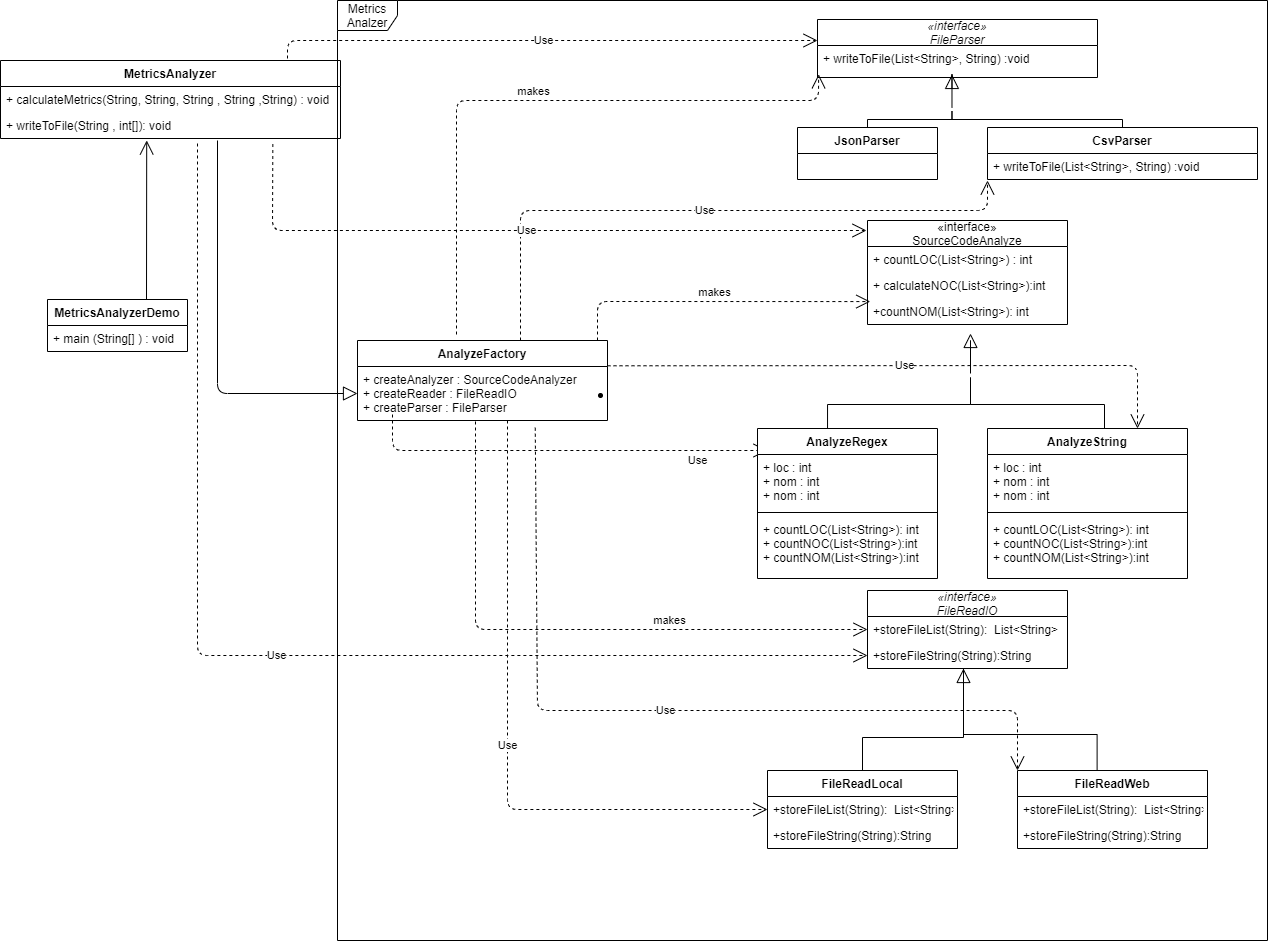
Before: analyzermetrics/classdiagram.png, a diagram exported from draw.io (iasonasma/seipassignment). Source tidied: cells renumbered, new cells last; positions are measured from the earlier drawing's top-left corner, leaving out a move shared by most shapes.
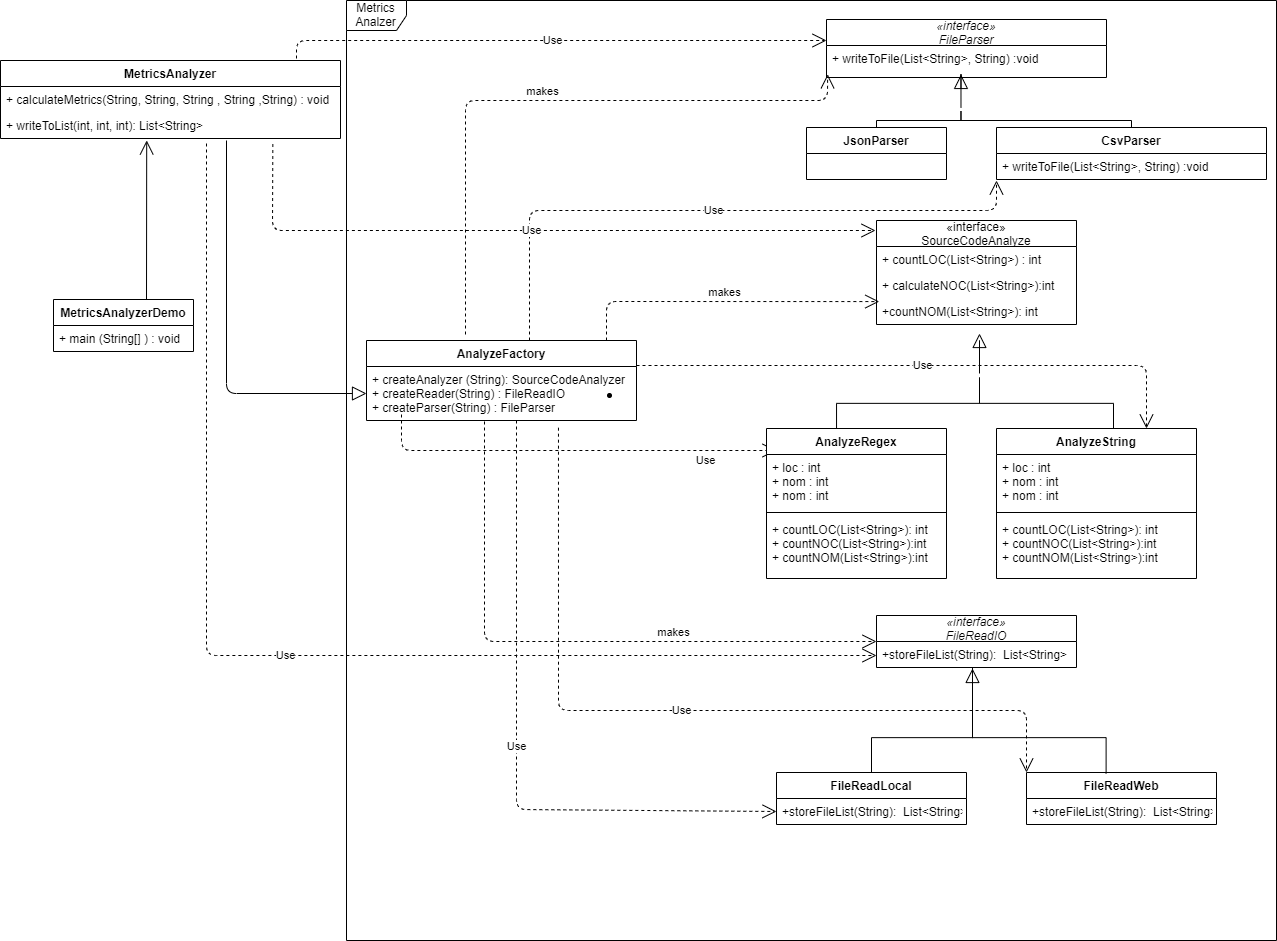
Above is the later version.

Change to the diagram source:
```diff
@@ -6,23 +6,23 @@
       <mxGeometry x="337" width="930" height="940" as="geometry" />
     </mxCell>
     <mxCell id="3" value="MetricsAnalyzerDemo" style="swimlane;fontStyle=1;horizontal=1;startSize=26;fillColor=none;" parent="1" vertex="1">
-      <mxGeometry x="47" y="299" width="140" height="52" as="geometry" />
+      <mxGeometry x="44" y="299" width="140" height="52" as="geometry" />
     </mxCell>
     <mxCell id="4" value="+ main (String[] ) : void" style="text;strokeColor=none;fillColor=none;align=left;verticalAlign=top;spacingLeft=4;spacingRight=4;overflow=hidden;" parent="3" vertex="1">
       <mxGeometry y="26" width="140" height="26" as="geometry" />
     </mxCell>
     <mxCell id="5" style="endArrow=open;endFill=1;endSize=12;html=1;entryX=0.43;entryY=1.075;entryDx=0;entryDy=0;entryPerimeter=0;" parent="1" edge="1" target="8">
       <mxGeometry relative="1" as="geometry">
-        <mxPoint x="146" y="299" as="sourcePoint" />
+        <mxPoint x="137" y="299" as="sourcePoint" />
       </mxGeometry>
     </mxCell>
     <mxCell id="6" value="MetricsAnalyzer" style="swimlane;fontStyle=1;horizontal=1;startSize=26;fillColor=none;" parent="1" vertex="1">
-      <mxGeometry y="60" width="340" height="78" as="geometry" />
+      <mxGeometry x="-9" y="60" width="340" height="78" as="geometry" />
     </mxCell>
     <mxCell id="7" value="+ calculateMetrics(String, String, String , String ,String) : void" style="text;strokeColor=none;fillColor=none;align=left;verticalAlign=top;spacingLeft=4;spacingRight=4;overflow=hidden;" parent="6" vertex="1">
       <mxGeometry y="26" width="340" height="26" as="geometry" />
     </mxCell>
-    <mxCell id="8" value="+ writeToFile(String , int[]): void" style="text;strokeColor=none;fillColor=none;align=left;verticalAlign=top;spacingLeft=4;spacingRight=4;overflow=hidden;points=[[0,0.5],[1,0.5]];portConstraint=eastwest;" parent="6" vertex="1">
+    <mxCell id="8" value="+ writeToList(int, int, int): List&lt;String&gt;" style="text;strokeColor=none;fillColor=none;align=left;verticalAlign=top;spacingLeft=4;spacingRight=4;overflow=hidden;points=[[0,0.5],[1,0.5]];portConstraint=eastwest;" parent="6" vertex="1">
       <mxGeometry y="52" width="340" height="26" as="geometry" />
     </mxCell>
     <mxCell id="9" style="verticalAlign=bottom;html=1;ellipse;fillColor=#000000;strokeColor=#000000;" parent="1" vertex="1">
@@ -76,9 +76,10 @@
         </Array>
       </mxGeometry>
     </mxCell>
-    <mxCell id="17" style="edgeStyle=elbowEdgeStyle;html=1;elbow=vertical;verticalAlign=bottom;endArrow=none;rounded=0;entryX=0.419;entryY=-0.001;entryDx=0;entryDy=0;entryPerimeter=0;" parent="1" edge="1" target="46">
+    <mxCell id="17" style="edgeStyle=elbowEdgeStyle;html=1;elbow=vertical;verticalAlign=bottom;endArrow=none;rounded=0;entryX=0.419;entryY=-0.001;entryDx=0;entryDy=0;entryPerimeter=0;" parent="1" edge="1">
       <mxGeometry x="1" relative="1" as="geometry">
-        <mxPoint x="963" y="697.5" as="sourcePoint" />
+        <mxPoint x="963" y="700.5" as="sourcePoint" />
+        <mxPoint x="1096.6" y="772.9" as="targetPoint" />
       </mxGeometry>
     </mxCell>
     <mxCell id="18" style="edgeStyle=elbowEdgeStyle;html=1;elbow=vertical;verticalAlign=bottom;endArrow=none;rounded=0;entryX=0.5;entryY=0;entryDx=0;entryDy=0;" parent="1" edge="1" target="49">
@@ -114,7 +115,7 @@
       <mxGeometry y="78" width="200" height="26" as="geometry" />
     </mxCell>
     <mxCell id="28" value="AnalyzeFactory" style="swimlane;fontStyle=1;horizontal=1;startSize=26;fillColor=none;" parent="1" vertex="1">
-      <mxGeometry x="357" y="340" width="250" height="80" as="geometry" />
+      <mxGeometry x="357" y="340" width="270" height="80" as="geometry" />
     </mxCell>
     <mxCell id="29" value="Use" style="endArrow=open;endSize=12;dashed=1;html=1;" parent="28" edge="1">
       <mxGeometry relative="1" as="geometry">
@@ -126,8 +127,8 @@
         </Array>
       </mxGeometry>
     </mxCell>
-    <mxCell id="30" value="+ createAnalyzer : SourceCodeAnalyzer&#10;+ createReader : FileReadIO&#10;+ createParser : FileParser " style="text;strokeColor=none;fillColor=none;align=left;verticalAlign=top;spacingLeft=4;spacingRight=4;overflow=hidden;points=[[0,0.5],[1,0.5]];portConstraint=eastwest;" parent="28" vertex="1">
-      <mxGeometry y="26" width="250" height="54" as="geometry" />
+    <mxCell id="30" value="+ createAnalyzer (String): SourceCodeAnalyzer&#10;+ createReader(String) : FileReadIO&#10;+ createParser(String) : FileParser " style="text;strokeColor=none;fillColor=none;align=left;verticalAlign=top;spacingLeft=4;spacingRight=4;overflow=hidden;points=[[0,0.5],[1,0.5]];portConstraint=eastwest;" parent="28" vertex="1">
+      <mxGeometry y="26" width="270" height="54" as="geometry" />
     </mxCell>
     <mxCell id="31" value="Use" style="endArrow=open;endSize=12;dashed=1;html=1;entryX=0;entryY=0.5;entryDx=0;entryDy=0;" parent="28" edge="1" target="50">
       <mxGeometry relative="1" as="geometry">
@@ -149,7 +150,7 @@
       <mxGeometry x="0.34" relative="1" as="geometry">
         <mxPoint x="475" y="421" as="sourcePoint" />
         <Array as="points">
-          <mxPoint x="475" y="629" />
+          <mxPoint x="475" y="641" />
         </Array>
       </mxGeometry>
     </mxCell>
@@ -183,13 +184,14 @@
       <mxGeometry relative="1" as="geometry">
         <mxPoint x="866" y="230" as="targetPoint" />
         <Array as="points">
-          <mxPoint x="272" y="230" />
+          <mxPoint x="263" y="230" />
         </Array>
       </mxGeometry>
     </mxCell>
-    <mxCell id="38" value="Use" style="endArrow=open;endSize=12;dashed=1;html=1;entryX=0;entryY=0.5;entryDx=0;entryDy=0;" parent="1" edge="1" target="54">
+    <mxCell id="38" value="Use" style="endArrow=open;endSize=12;dashed=1;html=1;entryX=0;entryY=0.5;entryDx=0;entryDy=0;" parent="1" edge="1">
       <mxGeometry relative="1" as="geometry">
         <mxPoint x="197" y="143" as="sourcePoint" />
+        <mxPoint x="867" y="655" as="targetPoint" />
         <Array as="points">
           <mxPoint x="197" y="655" />
         </Array>
@@ -206,7 +208,7 @@
     </mxCell>
     <mxCell id="40" value="Use" style="endArrow=open;endSize=12;dashed=1;html=1;entryX=0.75;entryY=0;entryDx=0;entryDy=0;" parent="1" edge="1">
       <mxGeometry relative="1" as="geometry">
-        <mxPoint x="607" y="365.3" as="sourcePoint" />
+        <mxPoint x="627" y="365" as="sourcePoint" />
         <mxPoint x="1137" y="428" as="targetPoint" />
         <Array as="points">
           <mxPoint x="1137" y="365" />
@@ -216,7 +218,7 @@
     <mxCell id="41" value="Use" style="endArrow=open;endSize=12;dashed=1;html=1;exitX=0.711;exitY=1.133;exitDx=0;exitDy=0;exitPerimeter=0;entryX=0;entryY=0;entryDx=0;entryDy=0;" parent="1" edge="1" source="30" target="46">
       <mxGeometry relative="1" as="geometry">
         <Array as="points">
-          <mxPoint x="537" y="710" />
+          <mxPoint x="549" y="710" />
           <mxPoint x="1017" y="710" />
         </Array>
       </mxGeometry>
@@ -234,32 +236,23 @@
       <mxGeometry y="88" width="180" height="62" as="geometry" />
     </mxCell>
     <mxCell id="46" value="FileReadWeb" style="swimlane;fontStyle=1;horizontal=1;startSize=26;fillColor=none;" parent="1" vertex="1">
-      <mxGeometry x="1017" y="770" width="190" height="78" as="geometry" />
+      <mxGeometry x="1017" y="772" width="190" height="52" as="geometry" />
     </mxCell>
     <mxCell id="47" value="+storeFileList(String):  List&lt;String&gt;" style="text;strokeColor=none;fillColor=none;align=left;verticalAlign=top;spacingLeft=4;spacingRight=4;overflow=hidden;" parent="46" vertex="1">
       <mxGeometry y="26" width="190" height="26" as="geometry" />
     </mxCell>
-    <mxCell id="48" value="+storeFileString(String):String" style="text;strokeColor=none;fillColor=none;align=left;verticalAlign=top;spacingLeft=4;spacingRight=4;overflow=hidden;" parent="46" vertex="1">
-      <mxGeometry y="52" width="190" height="26" as="geometry" />
-    </mxCell>
     <mxCell id="49" value="FileReadLocal" style="swimlane;fontStyle=1;horizontal=1;startSize=26;fillColor=none;" parent="1" vertex="1">
-      <mxGeometry x="767" y="770" width="190" height="78" as="geometry" />
+      <mxGeometry x="767" y="772" width="190" height="52" as="geometry" />
     </mxCell>
     <mxCell id="50" value="+storeFileList(String):  List&lt;String&gt;" style="text;strokeColor=none;fillColor=none;align=left;verticalAlign=top;spacingLeft=4;spacingRight=4;overflow=hidden;points=[[0,0.5],[1,0.5]];portConstraint=eastwest;" parent="49" vertex="1">
       <mxGeometry y="26" width="190" height="26" as="geometry" />
     </mxCell>
-    <mxCell id="51" value="+storeFileString(String):String" style="text;strokeColor=none;fillColor=none;align=left;verticalAlign=top;spacingLeft=4;spacingRight=4;overflow=hidden;" parent="49" vertex="1">
-      <mxGeometry y="52" width="190" height="26" as="geometry" />
-    </mxCell>
     <mxCell id="52" value="«interface»&#10;FileReadIO" style="swimlane;fontStyle=2;horizontal=1;startSize=26;fillColor=none;" parent="1" vertex="1">
-      <mxGeometry x="867" y="590" width="200" height="78" as="geometry" />
+      <mxGeometry x="867" y="615" width="200" height="52" as="geometry" />
     </mxCell>
     <mxCell id="53" value="+storeFileList(String):  List&lt;String&gt;" style="text;strokeColor=none;fillColor=none;align=left;verticalAlign=top;spacingLeft=4;spacingRight=4;overflow=hidden;" parent="52" vertex="1">
       <mxGeometry y="26" width="200" height="26" as="geometry" />
     </mxCell>
-    <mxCell id="54" value="+storeFileString(String):String" style="text;strokeColor=none;fillColor=none;align=left;verticalAlign=top;spacingLeft=4;spacingRight=4;overflow=hidden;points=[[0,0.5],[1,0.5]];portConstraint=eastwest;" parent="52" vertex="1">
-      <mxGeometry y="52" width="200" height="26" as="geometry" />
-    </mxCell>
     <mxCell id="55" value="AnalyzeString" style="swimlane;fontStyle=1;align=center;verticalAlign=top;horizontal=1;startSize=26;" parent="1" vertex="1">
       <mxGeometry x="987" y="428" width="200" height="150" as="geometry" />
     </mxCell>
```
